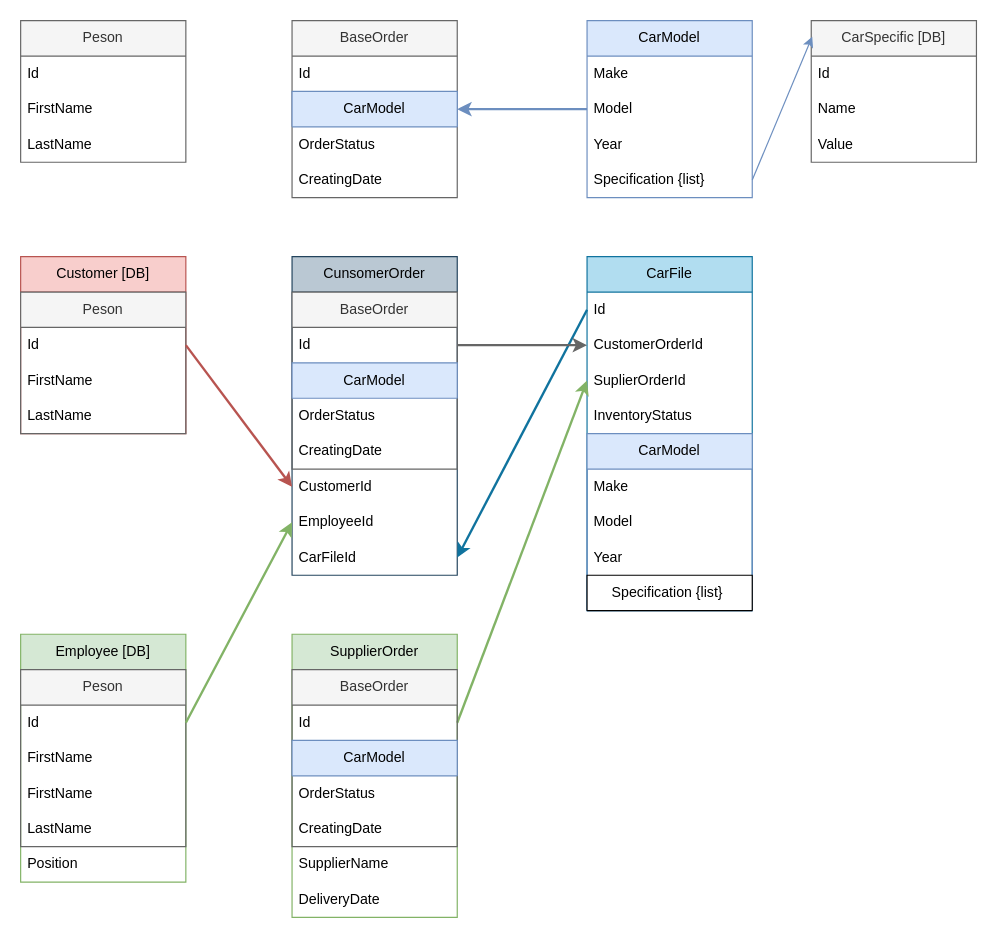
This is page "Object" (1 of 2) of ProjectMap.drawio from capit33/CarDealership, a draw.io file, before an edit. Source tidied: cells renumbered, new cells numbered last; positions are measured from the earlier drawing's top-left corner, leaving out a move shared by most shapes. Both pictures are drawn from the tidied source at 118%, with x=0, y=0 at pixel (20, 20).
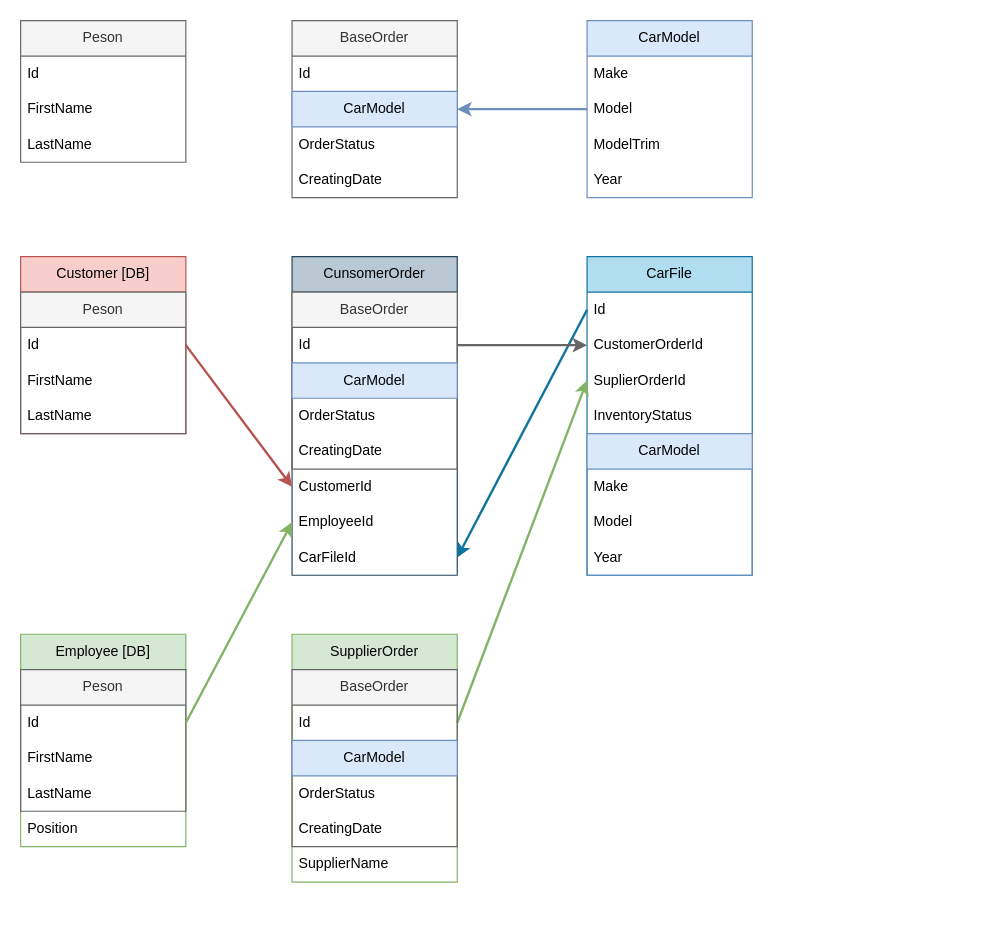
The same page after the edit.

The change refers to these unchanged cells:
```xml
<mxCell id="30" value="CarModel" style="swimlane;fontStyle=0;horizontal=1;startSize=30;whiteSpace=wrap;html=1;fillColor=#dae8fc;strokeColor=#6c8ebf;" parent="1" vertex="1">
  <mxGeometry x="480" width="140" height="150" as="geometry" />
</mxCell>
```

The edit, as a diff of the source:
```diff
@@
     <mxCell id="2" value="Employee [DB]" style="swimlane;fontStyle=0;horizontal=1;startSize=30;whiteSpace=wrap;html=1;fillColor=#d5e8d4;strokeColor=#82b366;" parent="1" vertex="1">
-      <mxGeometry y="520" width="140" height="210" as="geometry" />
+      <mxGeometry y="520" width="140" height="180" as="geometry" />
     </mxCell>
     <mxCell id="3" value="Peson" style="swimlane;fontStyle=0;horizontal=1;startSize=30;whiteSpace=wrap;html=1;fillColor=#f5f5f5;fontColor=#333333;strokeColor=#666666;" parent="2" vertex="1">
-      <mxGeometry y="30" width="140" height="150" as="geometry" />
+      <mxGeometry y="30" width="140" height="120" as="geometry" />
     </mxCell>
@@
-    <mxCell id="6" value="FirstName" style="text;strokeColor=none;fillColor=none;align=left;verticalAlign=middle;spacingLeft=4;spacingRight=4;overflow=hidden;whiteSpace=wrap;html=1;" parent="3" vertex="1">
-      <mxGeometry y="90" width="140" height="30" as="geometry" />
-    </mxCell>
     <mxCell id="7" value="LastName" style="text;strokeColor=none;fillColor=none;align=left;verticalAlign=middle;spacingLeft=4;spacingRight=4;overflow=hidden;whiteSpace=wrap;html=1;" parent="3" vertex="1">
-      <mxGeometry y="120" width="140" height="30" as="geometry" />
+      <mxGeometry y="90" width="140" height="30" as="geometry" />
     </mxCell>
     <mxCell id="8" value="Position" style="text;strokeColor=none;fillColor=none;align=left;verticalAlign=middle;spacingLeft=4;spacingRight=4;overflow=hidden;whiteSpace=wrap;html=1;" parent="2" vertex="1">
-      <mxGeometry y="180" width="140" height="30" as="geometry" />
+      <mxGeometry y="150" width="140" height="30" as="geometry" />
     </mxCell>
@@
-    <mxCell id="14" value="CarSpecific [DB]" style="swimlane;fontStyle=0;horizontal=1;startSize=30;whiteSpace=wrap;html=1;fillColor=#f5f5f5;fontColor=#333333;strokeColor=#666666;" parent="1" vertex="1">
-      <mxGeometry x="670" width="140" height="120" as="geometry" />
-    </mxCell>
-    <mxCell id="15" value="Id" style="text;strokeColor=none;fillColor=none;align=left;verticalAlign=middle;spacingLeft=4;spacingRight=4;overflow=hidden;whiteSpace=wrap;html=1;" parent="14" vertex="1">
-      <mxGeometry y="30" width="140" height="30" as="geometry" />
-    </mxCell>
-    <mxCell id="16" value="Name" style="text;strokeColor=none;fillColor=none;align=left;verticalAlign=middle;spacingLeft=4;spacingRight=4;overflow=hidden;whiteSpace=wrap;html=1;" parent="14" vertex="1">
-      <mxGeometry y="60" width="140" height="30" as="geometry" />
-    </mxCell>
-    <mxCell id="17" value="Value" style="text;strokeColor=none;fillColor=none;align=left;verticalAlign=middle;spacingLeft=4;spacingRight=4;overflow=hidden;whiteSpace=wrap;html=1;" parent="14" vertex="1">
-      <mxGeometry y="90" width="140" height="30" as="geometry" />
-    </mxCell>
-    <mxCell id="18" style="edgeStyle=none;rounded=0;jettySize=auto;html=1;entryX=0.006;entryY=0.113;entryDx=0;entryDy=0;entryPerimeter=0;fillColor=#dae8fc;strokeColor=#6c8ebf;exitX=1;exitY=0.5;exitDx=0;exitDy=0;" parent="1" edge="1" source="34" target="14">
-      <mxGeometry relative="1" as="geometry" />
-    </mxCell>
     <mxCell id="19" value="CarFile" style="swimlane;fontStyle=0;horizontal=1;startSize=30;whiteSpace=wrap;html=1;fillColor=#b1ddf0;strokeColor=#10739e;" parent="1" vertex="1">
-      <mxGeometry x="480" y="200" width="140" height="300" as="geometry" />
+      <mxGeometry x="480" y="200" width="140" height="270" as="geometry" />
     </mxCell>
@@
     <mxCell id="24" value="CarModel" style="swimlane;fontStyle=0;horizontal=1;startSize=30;whiteSpace=wrap;html=1;fillColor=#dae8fc;strokeColor=#6c8ebf;" parent="19" vertex="1">
-      <mxGeometry y="150" width="140" height="150" as="geometry" />
+      <mxGeometry y="150" width="140" height="120" as="geometry" />
     </mxCell>
@@
-    <mxCell id="28" value="&lt;span style=&quot;text-align: left;&quot;&gt;Specification {list}&amp;nbsp;&lt;/span&gt;" style="swimlane;fontStyle=0;horizontal=1;startSize=30;whiteSpace=wrap;html=1;" parent="24" vertex="1" collapsed="1">
-      <mxGeometry y="120" width="140" height="30" as="geometry" />
-    </mxCell>
@@
-    <mxCell id="33" value="Year" style="text;strokeColor=none;fillColor=none;align=left;verticalAlign=middle;spacingLeft=4;spacingRight=4;overflow=hidden;whiteSpace=wrap;html=1;" parent="30" vertex="1">
+    <mxCell id="33" value="ModelTrim" style="text;strokeColor=none;fillColor=none;align=left;verticalAlign=middle;spacingLeft=4;spacingRight=4;overflow=hidden;whiteSpace=wrap;html=1;" parent="30" vertex="1">
       <mxGeometry y="90" width="140" height="30" as="geometry" />
     </mxCell>
-    <mxCell id="34" value="Specification {list}" style="text;strokeColor=none;fillColor=none;align=left;verticalAlign=middle;spacingLeft=4;spacingRight=4;overflow=hidden;points=[[0,0.5],[1,0.5]];portConstraint=eastwest;whiteSpace=wrap;html=1;" parent="30" vertex="1">
-      <mxGeometry y="120" width="140" height="30" as="geometry" />
-    </mxCell>
+    <mxCell id="66" value="Year" style="text;strokeColor=none;fillColor=none;align=left;verticalAlign=middle;spacingLeft=4;spacingRight=4;overflow=hidden;whiteSpace=wrap;html=1;" parent="30" vertex="1">
+      <mxGeometry y="120" width="140" height="30" as="geometry" />
+    </mxCell>
@@
     <mxCell id="53" value="SupplierOrder" style="swimlane;fontStyle=0;horizontal=1;startSize=30;whiteSpace=wrap;html=1;fillColor=#d5e8d4;strokeColor=#82b366;" parent="1" vertex="1">
-      <mxGeometry x="230" y="520" width="140" height="240" as="geometry" />
+      <mxGeometry x="230" y="520" width="140" height="210" as="geometry" />
     </mxCell>
@@
-    <mxCell id="60" value="DeliveryDate" style="text;strokeColor=none;fillColor=none;align=left;verticalAlign=middle;spacingLeft=4;spacingRight=4;overflow=hidden;whiteSpace=wrap;html=1;" parent="53" vertex="1">
-      <mxGeometry y="210" width="140" height="30" as="geometry" />
-    </mxCell>
```
